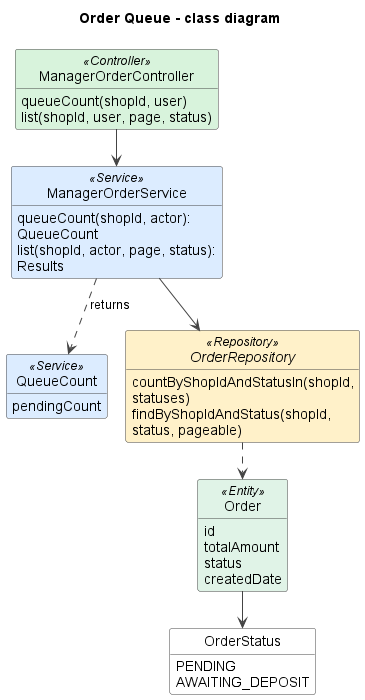
Above: docs/diagrams/03-order-queue-class.png in duckpao/FlowerShop_SWP391 (PlantUML), before the change.
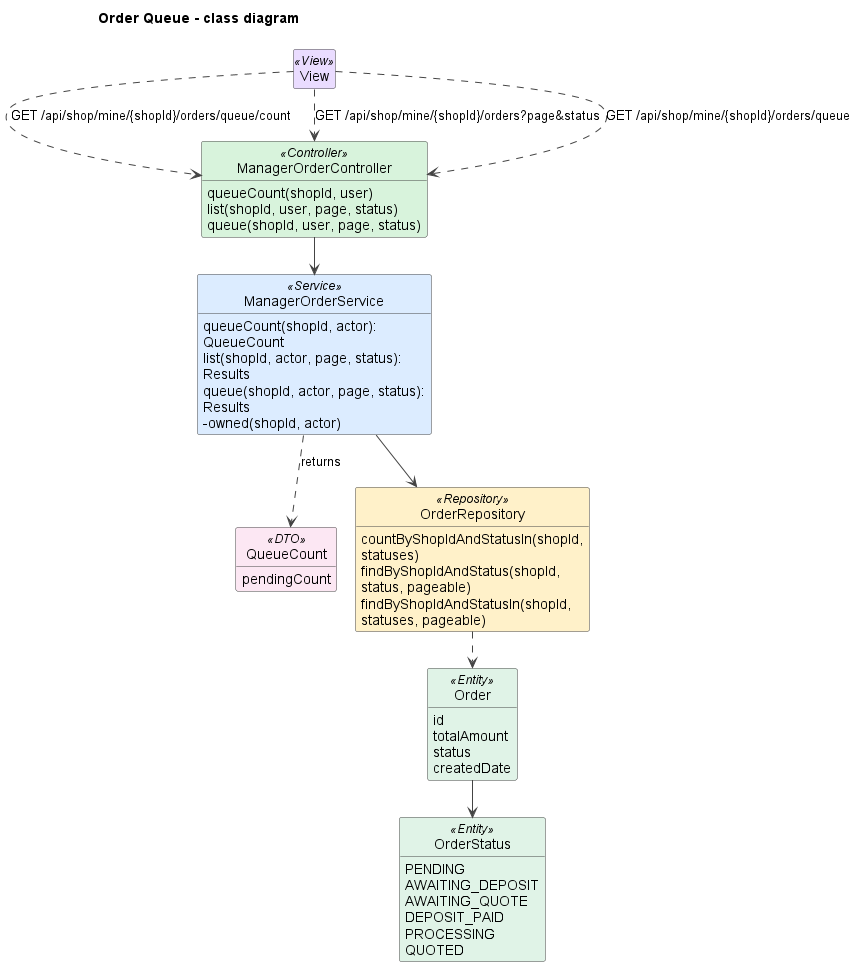
The same file after the commit.

The edit, as a diff of the source:
```diff
@@ -1,6 +1,6 @@
 @startuml
+title Order Queue - class diagram
 !pragma layout smetana
-title Order Queue - class diagram
 skinparam shadowing false
 skinparam defaultFontName Arial
 skinparam wrapWidth 240
@@ -16,25 +16,33 @@
   BackgroundColor<<Service>> #DCECFF
   BackgroundColor<<Repository>> #FFF1C9
   BackgroundColor<<Entity>> #E0F3E7
+  BackgroundColor<<DTO>> #FCE7F3
+  BackgroundColor<<Scheduler>> #FFE8CC
   BackgroundColor<<External>> #FFE0E0
 }
 hide empty members
 hide circle
 
+class View <<View>>
+
 class ManagerOrderController <<Controller>> {
   queueCount(shopId, user)
   list(shopId, user, page, status)
+  queue(shopId, user, page, status)
 }
 class ManagerOrderService <<Service>> {
   queueCount(shopId, actor): QueueCount
   list(shopId, actor, page, status): Results
+  queue(shopId, actor, page, status): Results
+  -owned(shopId, actor)
 }
-class QueueCount <<Service>> {
+class QueueCount <<DTO>> {
   pendingCount
 }
-interface OrderRepository <<Repository>> {
+class OrderRepository <<Repository>> {
   countByShopIdAndStatusIn(shopId, statuses)
   findByShopIdAndStatus(shopId, status, pageable)
+  findByShopIdAndStatusIn(shopId, statuses, pageable)
 }
 class Order <<Entity>> {
   id
@@ -42,11 +50,18 @@
   status
   createdDate
 }
-enum OrderStatus {
+enum OrderStatus <<Entity>> {
   PENDING
   AWAITING_DEPOSIT
+  AWAITING_QUOTE
+  DEPOSIT_PAID
+  PROCESSING
+  QUOTED
 }
 
+View ..> ManagerOrderController : GET /api/shop/mine/{shopId}/orders/queue/count
+View ..> ManagerOrderController : GET /api/shop/mine/{shopId}/orders?page&status
+View ..> ManagerOrderController : GET /api/shop/mine/{shopId}/orders/queue
 ManagerOrderController --> ManagerOrderService
 ManagerOrderService --> OrderRepository
 ManagerOrderService ..> QueueCount : returns
```
